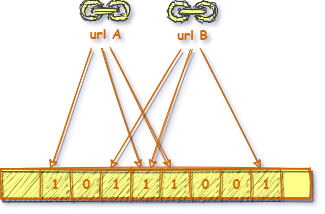
Earlier version of the draw.io export res/bloomfilter.png (vincent-scw/mysearchengine). Source tidied: cells renumbered, new cells last; positions are measured from the earlier drawing's top-left corner, leaving out a move shared by most shapes. The source it was exported from:
```xml
<mxGraphModel>
  <root>
    <mxCell id="0" />
    <mxCell id="1" parent="0" />
    <mxCell id="2" style="rounded=0;sketch=1;orthogonalLoop=1;jettySize=auto;html=1;shadow=1;endArrow=classic;endFill=0;strokeWidth=1;fontFamily=Comic Sans MS;fontSize=13;fontColor=#000000;fillColor=#cce5ff;strokeColor=#CC6600;" parent="1" edge="1">
      <mxGeometry relative="1" as="geometry">
        <mxPoint x="91" y="48" as="sourcePoint" />
        <mxPoint x="50" y="168" as="targetPoint" />
      </mxGeometry>
    </mxCell>
    <mxCell id="3" style="rounded=0;sketch=1;orthogonalLoop=1;jettySize=auto;html=1;shadow=1;endArrow=classic;endFill=0;strokeWidth=1;fontFamily=Comic Sans MS;fontSize=13;fontColor=#000000;fillColor=#cce5ff;strokeColor=#CC6600;" parent="1" edge="1">
      <mxGeometry relative="1" as="geometry">
        <mxPoint x="101" y="48" as="sourcePoint" />
        <mxPoint x="140" y="168" as="targetPoint" />
      </mxGeometry>
    </mxCell>
    <mxCell id="4" style="rounded=0;sketch=1;orthogonalLoop=1;jettySize=auto;html=1;shadow=1;endArrow=classic;endFill=0;strokeWidth=1;fontFamily=Comic Sans MS;fontSize=13;fontColor=#000000;fillColor=#cce5ff;strokeColor=#CC6600;" parent="1" edge="1">
      <mxGeometry relative="1" as="geometry">
        <mxPoint x="111" y="48" as="sourcePoint" />
        <mxPoint x="170" y="168" as="targetPoint" />
      </mxGeometry>
    </mxCell>
    <mxCell id="5" style="rounded=0;sketch=1;orthogonalLoop=1;jettySize=auto;html=1;shadow=1;endArrow=classic;endFill=0;strokeWidth=1;fontFamily=Comic Sans MS;fontSize=13;fontColor=#000000;fillColor=#cce5ff;strokeColor=#CC6600;" parent="1" edge="1">
      <mxGeometry relative="1" as="geometry">
        <mxPoint x="180" y="48" as="sourcePoint" />
        <mxPoint x="110" y="168" as="targetPoint" />
      </mxGeometry>
    </mxCell>
    <mxCell id="6" style="rounded=0;sketch=1;orthogonalLoop=1;jettySize=auto;html=1;shadow=1;endArrow=classic;endFill=0;strokeWidth=1;fontFamily=Comic Sans MS;fontSize=13;fontColor=#000000;fillColor=#cce5ff;strokeColor=#CC6600;" parent="1" edge="1">
      <mxGeometry relative="1" as="geometry">
        <mxPoint x="190" y="48" as="sourcePoint" />
        <mxPoint x="150" y="168" as="targetPoint" />
      </mxGeometry>
    </mxCell>
    <mxCell id="7" style="group;shadow=1;sketch=1;fillColor=#ffff88;strokeColor=#CC6600;fontColor=#CC6600;fontStyle=1;fillStyle=solid;fontSize=13;" parent="1" vertex="1">
      <mxGeometry y="168" width="310" height="30" as="geometry" />
    </mxCell>
    <mxCell id="8" style="group;shadow=1;sketch=1;fillColor=#ffff88;strokeColor=#CC6600;fontColor=#CC6600;fontStyle=1;fontSize=13;" parent="7" vertex="1">
      <mxGeometry width="280" height="30" as="geometry" />
    </mxCell>
    <mxCell id="9" style="endArrow=none;html=1;shadow=1;strokeWidth=1;fontFamily=Comic Sans MS;fontSize=13;sketch=1;fontStyle=1;fillColor=#ffff88;strokeColor=#CC6600;fontColor=#CC6600;" parent="8" edge="1">
      <mxGeometry relative="1" as="geometry">
        <mxPoint as="sourcePoint" />
        <mxPoint x="310" as="targetPoint" />
      </mxGeometry>
    </mxCell>
    <mxCell id="10" style="endArrow=none;html=1;shadow=1;strokeWidth=1;fontFamily=Comic Sans MS;fontSize=13;sketch=1;fontStyle=1;fillColor=#ffff88;strokeColor=#CC6600;fontColor=#CC6600;" parent="8" edge="1">
      <mxGeometry relative="1" as="geometry">
        <mxPoint y="30" as="sourcePoint" />
        <mxPoint x="310" y="30" as="targetPoint" />
      </mxGeometry>
    </mxCell>
    <mxCell id="11" style="endArrow=none;html=1;shadow=1;strokeWidth=1;fontFamily=Comic Sans MS;fontSize=13;sketch=1;fontStyle=1;fillColor=#ffff88;strokeColor=#CC6600;fontColor=#CC6600;" parent="8" edge="1">
      <mxGeometry relative="1" as="geometry">
        <mxPoint x="40" y="30" as="sourcePoint" />
        <mxPoint x="40" as="targetPoint" />
      </mxGeometry>
    </mxCell>
    <mxCell id="12" style="endArrow=none;html=1;shadow=1;strokeWidth=1;fontFamily=Comic Sans MS;fontSize=13;sketch=1;fontStyle=1;fillColor=#ffff88;strokeColor=#CC6600;fontColor=#CC6600;" parent="8" edge="1">
      <mxGeometry relative="1" as="geometry">
        <mxPoint x="70" y="30" as="sourcePoint" />
        <mxPoint x="70" as="targetPoint" />
      </mxGeometry>
    </mxCell>
    <mxCell id="13" style="endArrow=none;html=1;shadow=1;strokeWidth=1;fontFamily=Comic Sans MS;fontSize=13;sketch=1;fontStyle=1;fillColor=#ffff88;strokeColor=#CC6600;fontColor=#CC6600;" parent="8" edge="1">
      <mxGeometry relative="1" as="geometry">
        <mxPoint x="100" y="30" as="sourcePoint" />
        <mxPoint x="100" as="targetPoint" />
      </mxGeometry>
    </mxCell>
    <mxCell id="14" style="endArrow=none;html=1;shadow=1;strokeWidth=1;fontFamily=Comic Sans MS;fontSize=13;sketch=1;fontStyle=1;fillColor=#ffff88;strokeColor=#CC6600;fontColor=#CC6600;" parent="8" edge="1">
      <mxGeometry relative="1" as="geometry">
        <mxPoint x="130" y="30" as="sourcePoint" />
        <mxPoint x="130" as="targetPoint" />
      </mxGeometry>
    </mxCell>
    <mxCell id="15" style="endArrow=none;html=1;shadow=1;strokeWidth=1;fontFamily=Comic Sans MS;fontSize=13;sketch=1;fontStyle=1;fillColor=#ffff88;strokeColor=#CC6600;fontColor=#CC6600;" parent="8" edge="1">
      <mxGeometry relative="1" as="geometry">
        <mxPoint x="160" y="30" as="sourcePoint" />
        <mxPoint x="160" as="targetPoint" />
      </mxGeometry>
    </mxCell>
    <mxCell id="16" style="endArrow=none;html=1;shadow=1;strokeWidth=1;fontFamily=Comic Sans MS;fontSize=13;sketch=1;fontStyle=1;fillColor=#ffff88;strokeColor=#CC6600;fontColor=#CC6600;" parent="8" edge="1">
      <mxGeometry relative="1" as="geometry">
        <mxPoint x="190" y="30" as="sourcePoint" />
        <mxPoint x="190" as="targetPoint" />
      </mxGeometry>
    </mxCell>
    <mxCell id="17" style="endArrow=none;html=1;shadow=1;strokeWidth=1;fontFamily=Comic Sans MS;fontSize=13;sketch=1;fontStyle=1;fillColor=#ffff88;strokeColor=#CC6600;fontColor=#CC6600;" parent="8" edge="1">
      <mxGeometry relative="1" as="geometry">
        <mxPoint x="220" y="30" as="sourcePoint" />
        <mxPoint x="220" as="targetPoint" />
      </mxGeometry>
    </mxCell>
    <mxCell id="18" style="endArrow=none;html=1;shadow=1;strokeWidth=1;fontFamily=Comic Sans MS;fontSize=13;sketch=1;fontStyle=1;fillColor=#ffff88;strokeColor=#CC6600;fontColor=#CC6600;" parent="8" edge="1">
      <mxGeometry relative="1" as="geometry">
        <mxPoint x="250" y="30" as="sourcePoint" />
        <mxPoint x="250" as="targetPoint" />
      </mxGeometry>
    </mxCell>
    <mxCell id="19" value="1" style="text;html=1;align=center;verticalAlign=middle;fontSize=13;fontFamily=Comic Sans MS;sketch=1;fontStyle=1;shadow=1;fillColor=#ffff88;fontColor=#CC6600;" parent="8" vertex="1">
      <mxGeometry x="45" y="6" width="20" height="20" as="geometry" />
    </mxCell>
    <mxCell id="20" value="1" style="text;html=1;align=center;verticalAlign=middle;fontSize=13;fontFamily=Comic Sans MS;sketch=1;fontStyle=1;shadow=1;fillColor=#ffff88;fontColor=#CC6600;" parent="8" vertex="1">
      <mxGeometry x="106" y="6" width="20" height="20" as="geometry" />
    </mxCell>
    <mxCell id="21" value="1" style="text;html=1;align=center;verticalAlign=middle;fontSize=13;fontFamily=Comic Sans MS;sketch=1;fontStyle=1;shadow=1;fillColor=#ffff88;fontColor=#CC6600;" parent="8" vertex="1">
      <mxGeometry x="163.5" y="6" width="20" height="20" as="geometry" />
    </mxCell>
    <mxCell id="22" value="1" style="text;html=1;align=center;verticalAlign=middle;fontSize=13;fontFamily=Comic Sans MS;sketch=1;fontStyle=1;shadow=1;fillColor=#ffff88;fontColor=#CC6600;" parent="8" vertex="1">
      <mxGeometry x="136" y="6" width="20" height="20" as="geometry" />
    </mxCell>
    <mxCell id="23" value="0" style="text;html=1;align=center;verticalAlign=middle;fontSize=13;fontFamily=Comic Sans MS;sketch=1;fontStyle=1;shadow=1;fillColor=#ffff88;fontColor=#CC6600;" parent="8" vertex="1">
      <mxGeometry x="76" y="6" width="20" height="20" as="geometry" />
    </mxCell>
    <mxCell id="24" value="0" style="text;html=1;align=center;verticalAlign=middle;fontSize=13;fontFamily=Comic Sans MS;sketch=1;fontStyle=1;shadow=1;fillColor=#ffff88;fontColor=#CC6600;" parent="8" vertex="1">
      <mxGeometry x="195" y="6" width="20" height="20" as="geometry" />
    </mxCell>
    <mxCell id="25" value="0" style="text;html=1;align=center;verticalAlign=middle;fontSize=13;fontFamily=Comic Sans MS;sketch=1;fontStyle=1;shadow=1;fillColor=#ffff88;fontColor=#CC6600;" parent="8" vertex="1">
      <mxGeometry x="226" y="6" width="20" height="20" as="geometry" />
    </mxCell>
    <mxCell id="26" value="1" style="text;html=1;align=center;verticalAlign=middle;fontSize=13;fontFamily=Comic Sans MS;sketch=1;fontStyle=1;shadow=1;fillColor=#ffff88;fontColor=#CC6600;" parent="8" vertex="1">
      <mxGeometry x="256" y="6" width="20" height="20" as="geometry" />
    </mxCell>
    <mxCell id="27" style="endArrow=none;html=1;shadow=1;strokeWidth=1;fontFamily=Comic Sans MS;fontSize=13;fontColor=#CC6600;sketch=1;fillColor=#ffff88;strokeColor=#CC6600;fontStyle=1;" parent="7" edge="1">
      <mxGeometry relative="1" as="geometry">
        <mxPoint x="310" y="30" as="sourcePoint" />
        <mxPoint x="310" as="targetPoint" />
      </mxGeometry>
    </mxCell>
    <mxCell id="28" style="rounded=0;sketch=1;orthogonalLoop=1;jettySize=auto;html=1;shadow=1;endArrow=classic;endFill=0;strokeWidth=1;fontFamily=Comic Sans MS;fontSize=13;fontColor=#000000;fillColor=#cce5ff;strokeColor=#CC6600;" parent="1" edge="1">
      <mxGeometry relative="1" as="geometry">
        <mxPoint x="200" y="48" as="sourcePoint" />
        <mxPoint x="260" y="168" as="targetPoint" />
      </mxGeometry>
    </mxCell>
    <mxCell id="29" value="url A" style="shadow=0;dashed=0;html=1;strokeColor=#36393d;fillColor=#ffff88;labelPosition=center;verticalLabelPosition=bottom;verticalAlign=top;align=center;shape=mxgraph.office.concepts.link;labelBackgroundColor=none;sketch=1;fontFamily=Comic Sans MS;fontSize=13;fontColor=#CC6600;fontStyle=1;fillStyle=solid;" parent="1" vertex="1">
      <mxGeometry x="80" width="50" height="20" as="geometry" />
    </mxCell>
    <mxCell id="30" value="url B" style="shadow=0;dashed=0;html=1;strokeColor=#36393d;fillColor=#ffff88;labelPosition=center;verticalLabelPosition=bottom;verticalAlign=top;align=center;shape=mxgraph.office.concepts.link;labelBackgroundColor=none;sketch=1;fontFamily=Comic Sans MS;fontSize=13;fontColor=#CC6600;fontStyle=1;fillStyle=solid;" parent="1" vertex="1">
      <mxGeometry x="167" y="1" width="50" height="20" as="geometry" />
    </mxCell>
  </root>
</mxGraphModel>
```
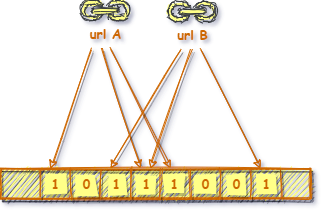
Later version of the same file.

What changed in the source:
```diff
@@ -32,7 +32,7 @@
         <mxPoint x="150" y="168" as="targetPoint" />
       </mxGeometry>
     </mxCell>
-    <mxCell id="7" style="group;shadow=1;sketch=1;fillColor=#ffff88;strokeColor=#CC6600;fontColor=#CC6600;fontStyle=1;fillStyle=solid;fontSize=13;" parent="1" vertex="1">
+    <mxCell id="7" style="group;shadow=1;sketch=1;fillColor=#ffff88;strokeColor=#CC6600;fontColor=#CC6600;fontStyle=1;fillStyle=auto;fontSize=13;" parent="1" vertex="1">
       <mxGeometry y="168" width="310" height="30" as="geometry" />
     </mxCell>
     <mxCell id="8" style="group;shadow=1;sketch=1;fillColor=#ffff88;strokeColor=#CC6600;fontColor=#CC6600;fontStyle=1;fontSize=13;" parent="7" vertex="1">
@@ -98,28 +98,28 @@
         <mxPoint x="250" as="targetPoint" />
       </mxGeometry>
     </mxCell>
-    <mxCell id="19" value="1" style="text;html=1;align=center;verticalAlign=middle;fontSize=13;fontFamily=Comic Sans MS;sketch=1;fontStyle=1;shadow=1;fillColor=#ffff88;fontColor=#CC6600;" parent="8" vertex="1">
+    <mxCell id="19" value="1" style="text;html=1;align=center;verticalAlign=middle;fontSize=13;fontFamily=Comic Sans MS;sketch=1;fontStyle=1;shadow=1;fillColor=#ffff88;fontColor=#CC6600;fillStyle=solid;" parent="8" vertex="1">
       <mxGeometry x="45" y="6" width="20" height="20" as="geometry" />
     </mxCell>
-    <mxCell id="20" value="1" style="text;html=1;align=center;verticalAlign=middle;fontSize=13;fontFamily=Comic Sans MS;sketch=1;fontStyle=1;shadow=1;fillColor=#ffff88;fontColor=#CC6600;" parent="8" vertex="1">
+    <mxCell id="20" value="1" style="text;html=1;align=center;verticalAlign=middle;fontSize=13;fontFamily=Comic Sans MS;sketch=1;fontStyle=1;shadow=1;fillColor=#ffff88;fontColor=#CC6600;fillStyle=solid;" parent="8" vertex="1">
       <mxGeometry x="106" y="6" width="20" height="20" as="geometry" />
     </mxCell>
-    <mxCell id="21" value="1" style="text;html=1;align=center;verticalAlign=middle;fontSize=13;fontFamily=Comic Sans MS;sketch=1;fontStyle=1;shadow=1;fillColor=#ffff88;fontColor=#CC6600;" parent="8" vertex="1">
+    <mxCell id="21" value="1" style="text;html=1;align=center;verticalAlign=middle;fontSize=13;fontFamily=Comic Sans MS;sketch=1;fontStyle=1;shadow=1;fillColor=#ffff88;fontColor=#CC6600;fillStyle=solid;" parent="8" vertex="1">
       <mxGeometry x="163.5" y="6" width="20" height="20" as="geometry" />
     </mxCell>
-    <mxCell id="22" value="1" style="text;html=1;align=center;verticalAlign=middle;fontSize=13;fontFamily=Comic Sans MS;sketch=1;fontStyle=1;shadow=1;fillColor=#ffff88;fontColor=#CC6600;" parent="8" vertex="1">
+    <mxCell id="22" value="1" style="text;html=1;align=center;verticalAlign=middle;fontSize=13;fontFamily=Comic Sans MS;sketch=1;fontStyle=1;shadow=1;fillColor=#ffff88;fontColor=#CC6600;fillStyle=solid;" parent="8" vertex="1">
       <mxGeometry x="136" y="6" width="20" height="20" as="geometry" />
     </mxCell>
-    <mxCell id="23" value="0" style="text;html=1;align=center;verticalAlign=middle;fontSize=13;fontFamily=Comic Sans MS;sketch=1;fontStyle=1;shadow=1;fillColor=#ffff88;fontColor=#CC6600;" parent="8" vertex="1">
+    <mxCell id="23" value="0" style="text;html=1;align=center;verticalAlign=middle;fontSize=13;fontFamily=Comic Sans MS;sketch=1;fontStyle=1;shadow=1;fillColor=#ffff88;fontColor=#CC6600;fillStyle=solid;" parent="8" vertex="1">
       <mxGeometry x="76" y="6" width="20" height="20" as="geometry" />
     </mxCell>
-    <mxCell id="24" value="0" style="text;html=1;align=center;verticalAlign=middle;fontSize=13;fontFamily=Comic Sans MS;sketch=1;fontStyle=1;shadow=1;fillColor=#ffff88;fontColor=#CC6600;" parent="8" vertex="1">
+    <mxCell id="24" value="0" style="text;html=1;align=center;verticalAlign=middle;fontSize=13;fontFamily=Comic Sans MS;sketch=1;fontStyle=1;shadow=1;fillColor=#ffff88;fontColor=#CC6600;fillStyle=solid;" parent="8" vertex="1">
       <mxGeometry x="195" y="6" width="20" height="20" as="geometry" />
     </mxCell>
-    <mxCell id="25" value="0" style="text;html=1;align=center;verticalAlign=middle;fontSize=13;fontFamily=Comic Sans MS;sketch=1;fontStyle=1;shadow=1;fillColor=#ffff88;fontColor=#CC6600;" parent="8" vertex="1">
+    <mxCell id="25" value="0" style="text;html=1;align=center;verticalAlign=middle;fontSize=13;fontFamily=Comic Sans MS;sketch=1;fontStyle=1;shadow=1;fillColor=#ffff88;fontColor=#CC6600;fillStyle=solid;" parent="8" vertex="1">
       <mxGeometry x="226" y="6" width="20" height="20" as="geometry" />
     </mxCell>
-    <mxCell id="26" value="1" style="text;html=1;align=center;verticalAlign=middle;fontSize=13;fontFamily=Comic Sans MS;sketch=1;fontStyle=1;shadow=1;fillColor=#ffff88;fontColor=#CC6600;" parent="8" vertex="1">
+    <mxCell id="26" value="1" style="text;html=1;align=center;verticalAlign=middle;fontSize=13;fontFamily=Comic Sans MS;sketch=1;fontStyle=1;shadow=1;fillColor=#ffff88;fontColor=#CC6600;fillStyle=solid;" parent="8" vertex="1">
       <mxGeometry x="256" y="6" width="20" height="20" as="geometry" />
     </mxCell>
     <mxCell id="27" style="endArrow=none;html=1;shadow=1;strokeWidth=1;fontFamily=Comic Sans MS;fontSize=13;fontColor=#CC6600;sketch=1;fillColor=#ffff88;strokeColor=#CC6600;fontStyle=1;" parent="7" edge="1">
```
